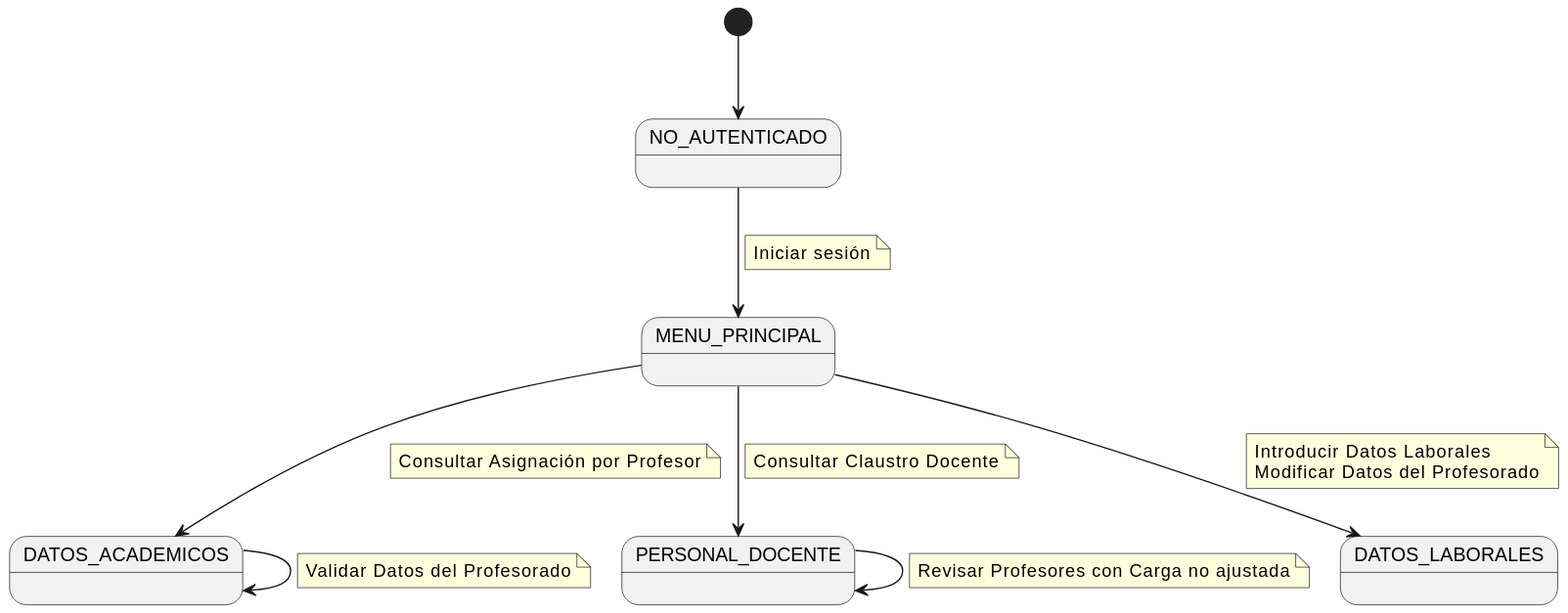
mmasias/24-25-IdSw1-SDR keeps this PlantUML diagram as images/modelosUML/CdU/DiagramaDeContexto/RRHH.svg. Above is the earlier version.
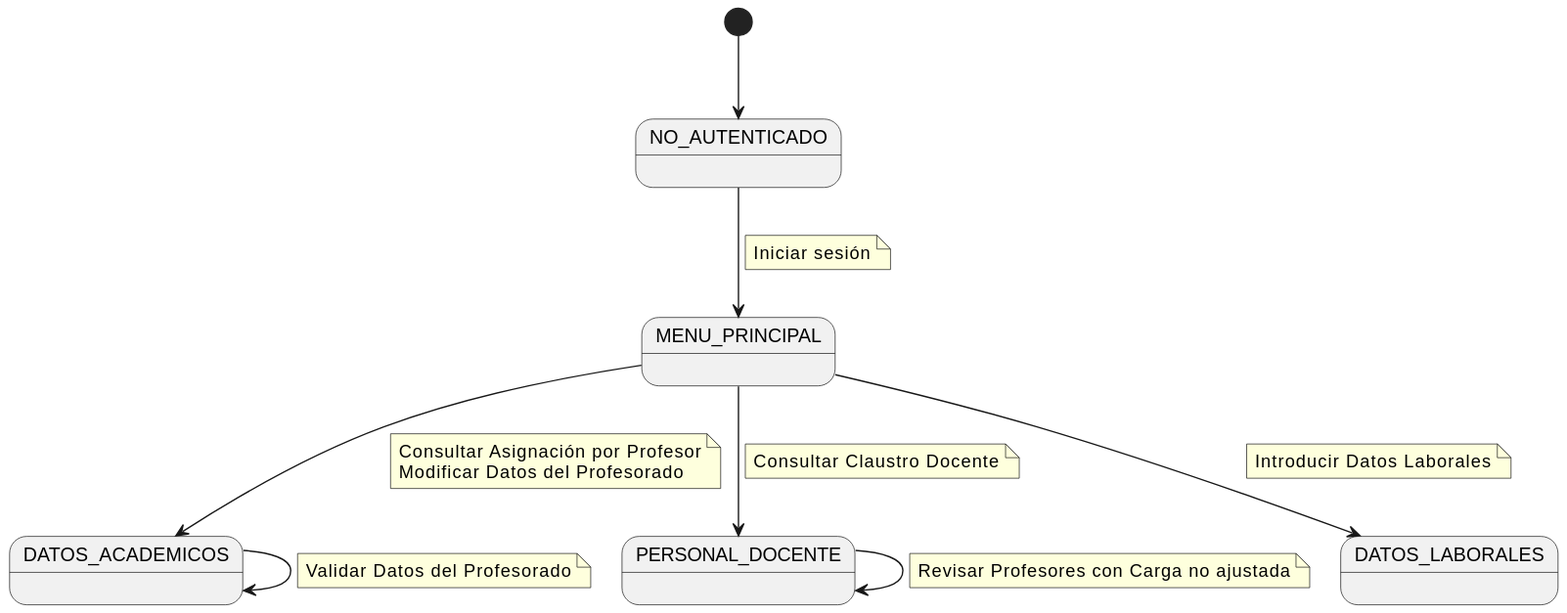
The same file after the commit.

Commit message:
Actualizar diagramas de contexto para RRHH y Administrador, mejorando la claridad de las notas en los enlaces y ajustando la tabla de actores y casos de uso.

Diff of the diagram source:
```diff
@@ -8,35 +8,33 @@
 [*] --> NoAuth
 
 NoAuth --> Menu
-    note on link
-        Iniciar sesión
-    end note
+note on link
+    Iniciar sesión
+end note
 
 Menu --> Acad
-    note on link
-        Consultar Asignación por Profesor
-    end note
+note on link
+    Consultar Asignación por Profesor
+    Modificar Datos del Profesorado
+end note
 
 Menu --> Pers
-    note on link
-        Consultar Claustro Docente
-    end note
+note on link
+    Consultar Claustro Docente
+end note
 
 Menu --> Lab
-    note on link
-        Introducir Datos Laborales
-        Modificar Datos del Profesorado
-    end note
-
-
+note on link
+    Introducir Datos Laborales
+end note
 
 Acad --> Acad
-    note on link
-        Validar Datos del Profesorado
-    end note
+note on link
+    Validar Datos del Profesorado
+end note
 
 Pers --> Pers
-    note on link
-        Revisar Profesores con Carga no ajustada
-    end note
+note on link
+    Revisar Profesores con Carga no ajustada
+end note
 @enduml
```
